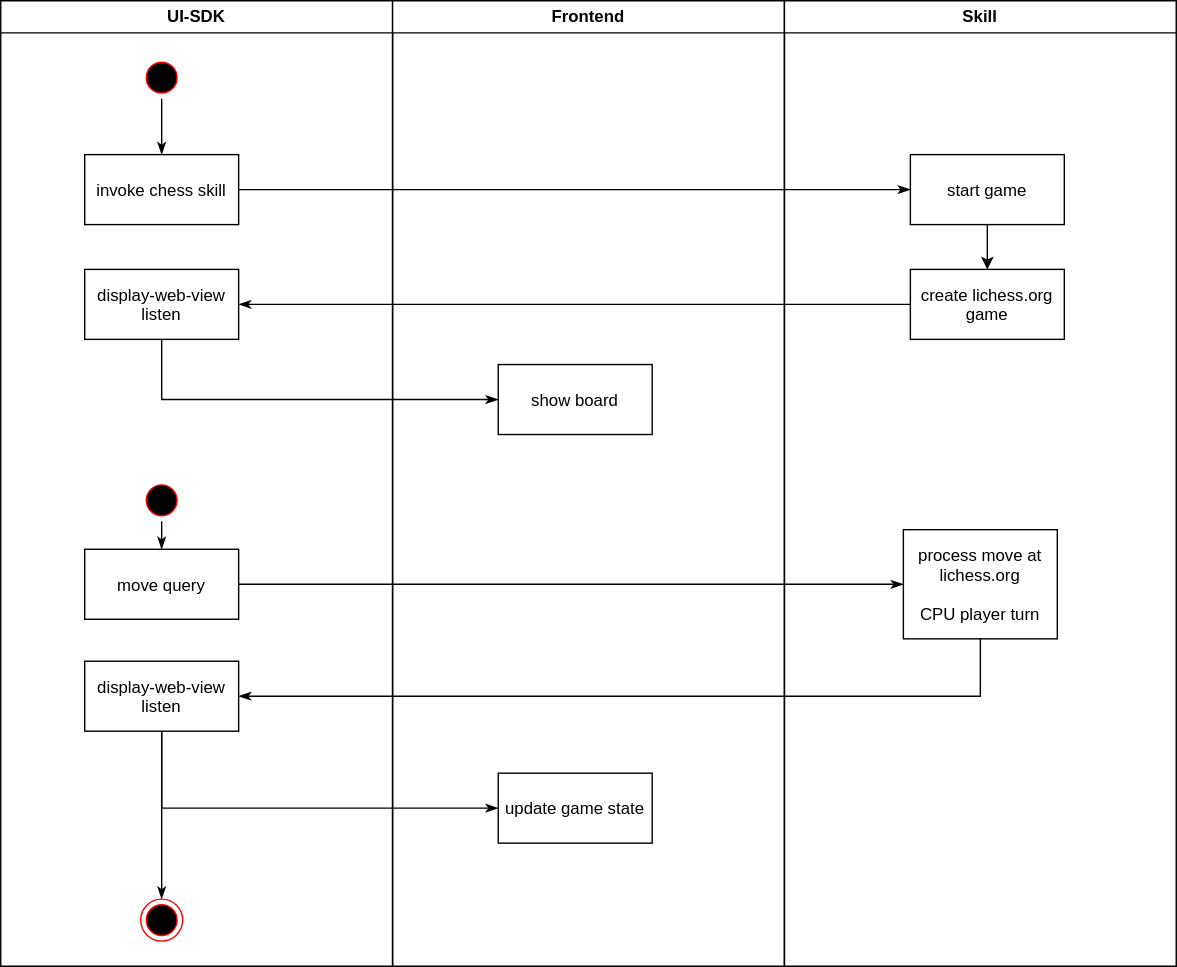
This is docs/flows-Normal Flow.svg from mosure/chess-assistant-skill, a draw.io export, as it was before one commit. Source tidied: cells renumbered, new cells last; positions are measured from the earlier drawing's top-left corner, leaving out a move shared by most shapes.
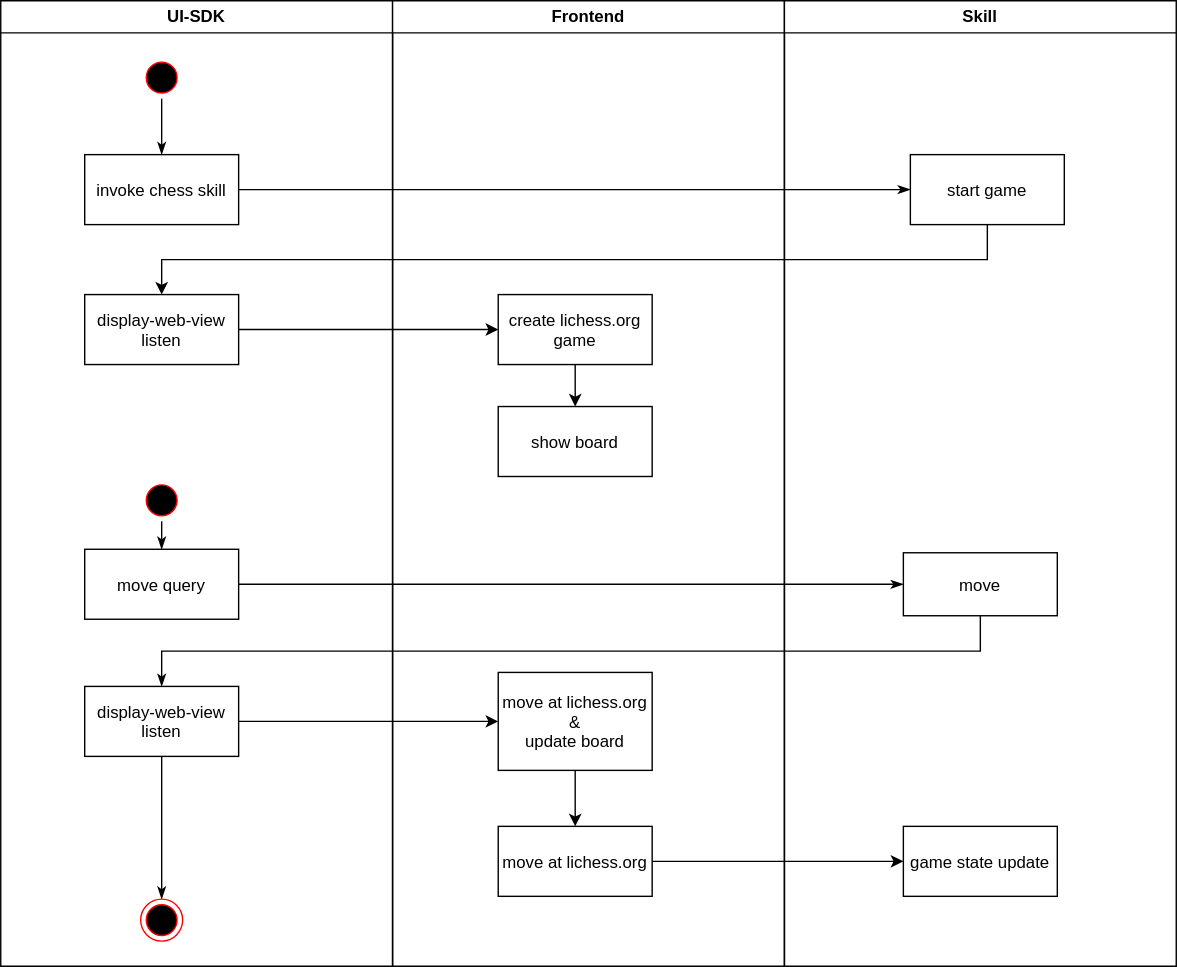
After the change.

Change to the diagram source:
```diff
@@ -15,7 +15,7 @@
       <mxGeometry x="60" y="110" width="110" height="50" as="geometry" />
     </mxCell>
     <mxCell id="6" value="display-web-view&#10;listen" parent="2" vertex="1">
-      <mxGeometry x="60" y="192" width="110" height="50" as="geometry" />
+      <mxGeometry x="60" y="210" width="110" height="50" as="geometry" />
     </mxCell>
     <mxCell id="7" value="move query" parent="2" vertex="1">
       <mxGeometry x="60" y="392" width="110" height="50" as="geometry" />
@@ -30,7 +30,7 @@
       <mxGeometry relative="1" as="geometry" />
     </mxCell>
     <mxCell id="11" value="display-web-view&#10;listen" parent="2" vertex="1">
-      <mxGeometry x="60" y="472" width="110" height="50" as="geometry" />
+      <mxGeometry x="60" y="490" width="110" height="50" as="geometry" />
     </mxCell>
     <mxCell id="12" style="ellipse;shape=endState;fillColor=#000000;strokeColor=#ff0000;" parent="2" vertex="1">
       <mxGeometry x="100" y="642" width="30" height="30" as="geometry" />
@@ -39,43 +39,55 @@
       <mxGeometry x="280" width="280" height="690" as="geometry" />
     </mxCell>
     <mxCell id="14" value="show board" parent="13" vertex="1">
-      <mxGeometry x="75.5" y="260" width="110" height="50" as="geometry" />
+      <mxGeometry x="75.5" y="290" width="110" height="50" as="geometry" />
     </mxCell>
+    <mxCell id="27" style="edgeStyle=orthogonalEdgeStyle;rounded=0;jettySize=auto;html=1;exitX=0.5;exitY=1;exitDx=0;exitDy=0;entryX=0.5;entryY=0;entryDx=0;entryDy=0;" parent="13" edge="1" source="15" target="29">
+      <mxGeometry relative="1" as="geometry" />
+    </mxCell>
-    <mxCell id="15" value="update game state" parent="13" vertex="1">
-      <mxGeometry x="75.5" y="552" width="110" height="50" as="geometry" />
+    <mxCell id="15" value="move at lichess.org&#10;&amp;&#10;update board" parent="13" vertex="1">
+      <mxGeometry x="75.5" y="480" width="110" height="70" as="geometry" />
     </mxCell>
+    <mxCell id="28" style="edgeStyle=orthogonalEdgeStyle;rounded=0;jettySize=auto;html=1;exitX=0.5;exitY=1;exitDx=0;exitDy=0;entryX=0.5;entryY=0;entryDx=0;entryDy=0;" parent="13" edge="1" source="19" target="14">
+      <mxGeometry relative="1" as="geometry" />
+    </mxCell>
+    <mxCell id="19" value="create lichess.org&#10;game" parent="13" vertex="1">
+      <mxGeometry x="75.5" y="210" width="110" height="50" as="geometry" />
+    </mxCell>
+    <mxCell id="29" value="move at lichess.org" parent="13" vertex="1">
+      <mxGeometry x="75.5" y="590" width="110" height="50" as="geometry" />
+    </mxCell>
     <mxCell id="16" value="Skill" style="swimlane;whiteSpace=wrap;startSize=23;" parent="1" vertex="1">
       <mxGeometry x="560" width="280" height="690" as="geometry" />
     </mxCell>
-    <mxCell id="17" style="edgeStyle=orthogonalEdgeStyle;rounded=0;jettySize=auto;html=1;exitX=0.5;exitY=1;exitDx=0;exitDy=0;entryX=0.5;entryY=0;entryDx=0;entryDy=0;" parent="16" edge="1" source="18" target="19">
-      <mxGeometry relative="1" as="geometry" />
-    </mxCell>
     <mxCell id="18" value="start game" parent="16" vertex="1">
       <mxGeometry x="90" y="110" width="110" height="50" as="geometry" />
     </mxCell>
-    <mxCell id="19" value="create lichess.org&#10;game" parent="16" vertex="1">
-      <mxGeometry x="90" y="192" width="110" height="50" as="geometry" />
-    </mxCell>
-    <mxCell id="20" value="process move at&#10;lichess.org&#10;&#10;CPU player turn" parent="16" vertex="1">
-      <mxGeometry x="85" y="378" width="110" height="78" as="geometry" />
+    <mxCell id="20" value="move" parent="16" vertex="1">
+      <mxGeometry x="85" y="394.5" width="110" height="45" as="geometry" />
     </mxCell>
+    <mxCell id="30" value="game state update" parent="16" vertex="1">
+      <mxGeometry x="85" y="590" width="110" height="50" as="geometry" />
+    </mxCell>
     <mxCell id="21" style="edgeStyle=orthogonalEdgeStyle;rounded=0;jettySize=auto;html=1;exitX=1;exitY=0.5;exitDx=0;exitDy=0;entryX=0;entryY=0.5;entryDx=0;entryDy=0;endArrow=classicThin;endFill=1;strokeColor=#000000;" parent="1" edge="1" source="5" target="18">
       <mxGeometry relative="1" as="geometry" />
     </mxCell>
-    <mxCell id="22" style="edgeStyle=orthogonalEdgeStyle;rounded=0;jettySize=auto;html=1;exitX=0;exitY=0.5;exitDx=0;exitDy=0;entryX=1;entryY=0.5;entryDx=0;entryDy=0;endArrow=classicThin;endFill=1;strokeColor=#000000;" parent="1" edge="1" source="19" target="6">
-      <mxGeometry relative="1" as="geometry" />
-    </mxCell>
-    <mxCell id="23" style="edgeStyle=orthogonalEdgeStyle;rounded=0;jettySize=auto;html=1;exitX=0.5;exitY=1;exitDx=0;exitDy=0;endArrow=classicThin;endFill=1;strokeColor=#000000;entryX=0;entryY=0.5;entryDx=0;entryDy=0;" parent="1" edge="1" source="6" target="14">
-      <mxGeometry relative="1" as="geometry" />
-    </mxCell>
     <mxCell id="24" style="edgeStyle=orthogonalEdgeStyle;rounded=0;jettySize=auto;html=1;exitX=1;exitY=0.5;exitDx=0;exitDy=0;entryX=0;entryY=0.5;entryDx=0;entryDy=0;endArrow=classicThin;endFill=1;strokeColor=#000000;" parent="1" edge="1" source="7" target="20">
       <mxGeometry relative="1" as="geometry" />
     </mxCell>
-    <mxCell id="25" style="edgeStyle=orthogonalEdgeStyle;rounded=0;jettySize=auto;html=1;exitX=0.5;exitY=1;exitDx=0;exitDy=0;endArrow=classicThin;endFill=1;strokeColor=#000000;entryX=1;entryY=0.5;entryDx=0;entryDy=0;" parent="1" edge="1" source="20" target="11">
+    <mxCell id="25" style="edgeStyle=orthogonalEdgeStyle;rounded=0;jettySize=auto;html=1;exitX=0.5;exitY=1;exitDx=0;exitDy=0;endArrow=classicThin;endFill=1;strokeColor=#000000;entryX=0.5;entryY=0;entryDx=0;entryDy=0;" parent="1" edge="1" source="20" target="11">
       <mxGeometry relative="1" as="geometry" />
     </mxCell>
+    <mxCell id="17" style="edgeStyle=orthogonalEdgeStyle;rounded=0;jettySize=auto;html=1;exitX=0.5;exitY=1;exitDx=0;exitDy=0;entryX=0.5;entryY=0;entryDx=0;entryDy=0;" parent="1" edge="1" source="18" target="6">
+      <mxGeometry relative="1" as="geometry" />
+    </mxCell>
+    <mxCell id="31" style="edgeStyle=orthogonalEdgeStyle;rounded=0;jettySize=auto;html=1;exitX=1;exitY=0.5;exitDx=0;exitDy=0;entryX=0;entryY=0.5;entryDx=0;entryDy=0;" parent="1" edge="1" source="6" target="19">
+      <mxGeometry relative="1" as="geometry" />
+    </mxCell>
-    <mxCell id="26" style="edgeStyle=orthogonalEdgeStyle;rounded=0;jettySize=auto;html=1;exitX=0.5;exitY=1;exitDx=0;exitDy=0;entryX=0;entryY=0.5;entryDx=0;entryDy=0;endArrow=classicThin;endFill=1;strokeColor=#000000;" parent="1" edge="1" source="11" target="15">
+    <mxCell id="26" style="edgeStyle=orthogonalEdgeStyle;rounded=0;jettySize=auto;html=1;exitX=1;exitY=0.5;exitDx=0;exitDy=0;entryX=0;entryY=0.5;entryDx=0;entryDy=0;" parent="1" edge="1" source="11" target="15">
       <mxGeometry relative="1" as="geometry" />
     </mxCell>
+    <mxCell id="32" style="edgeStyle=orthogonalEdgeStyle;rounded=0;jettySize=auto;html=1;exitX=1;exitY=0.5;exitDx=0;exitDy=0;entryX=0;entryY=0.5;entryDx=0;entryDy=0;" parent="1" edge="1" source="29" target="30">
+      <mxGeometry relative="1" as="geometry" />
+    </mxCell>
   </root>
 </mxGraphModel>
```
